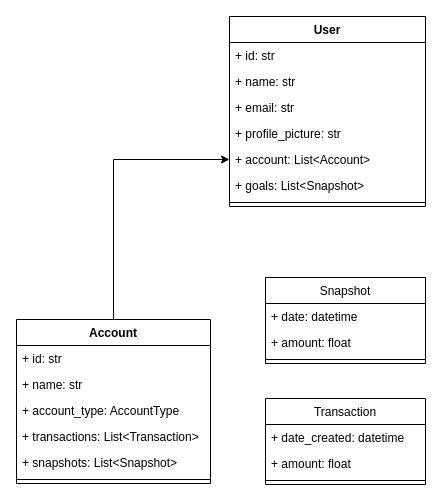
Earlier version of the draw.io diagram docs/Consolidate Domain Model.drawio (Ray-F/consolidate). Source tidied: cells renumbered, new cells numbered last; positions are measured from the earlier drawing's top-left corner, leaving out a move shared by most shapes. Both pictures are drawn from the tidied source at 100%, with x=0, y=0 at pixel (16, 16).
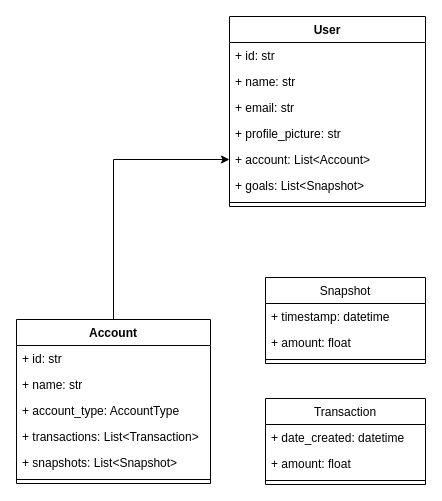
The same diagram, later.

Commit message:
Update UML for models

Unchanged cells that the change refers to:
```xml
<mxCell id="10" value="Snapshot" style="swimlane;fontStyle=0;align=center;verticalAlign=top;horizontal=1;startSize=26;rounded=0;shadow=0;strokeWidth=1;" parent="1" vertex="1">
  <mxGeometry x="249" y="261" width="160" height="86" as="geometry" />
</mxCell>
```

Change to the diagram source:
```diff
@@
-    <mxCell id="11" value="+ date: datetime" style="text;align=left;verticalAlign=top;spacingLeft=4;spacingRight=4;overflow=hidden;" parent="10" vertex="1">
+    <mxCell id="11" value="+ timestamp: datetime" style="text;align=left;verticalAlign=top;spacingLeft=4;spacingRight=4;overflow=hidden;" parent="10" vertex="1">
       <mxGeometry y="26" width="160" height="26" as="geometry" />
     </mxCell>
```
